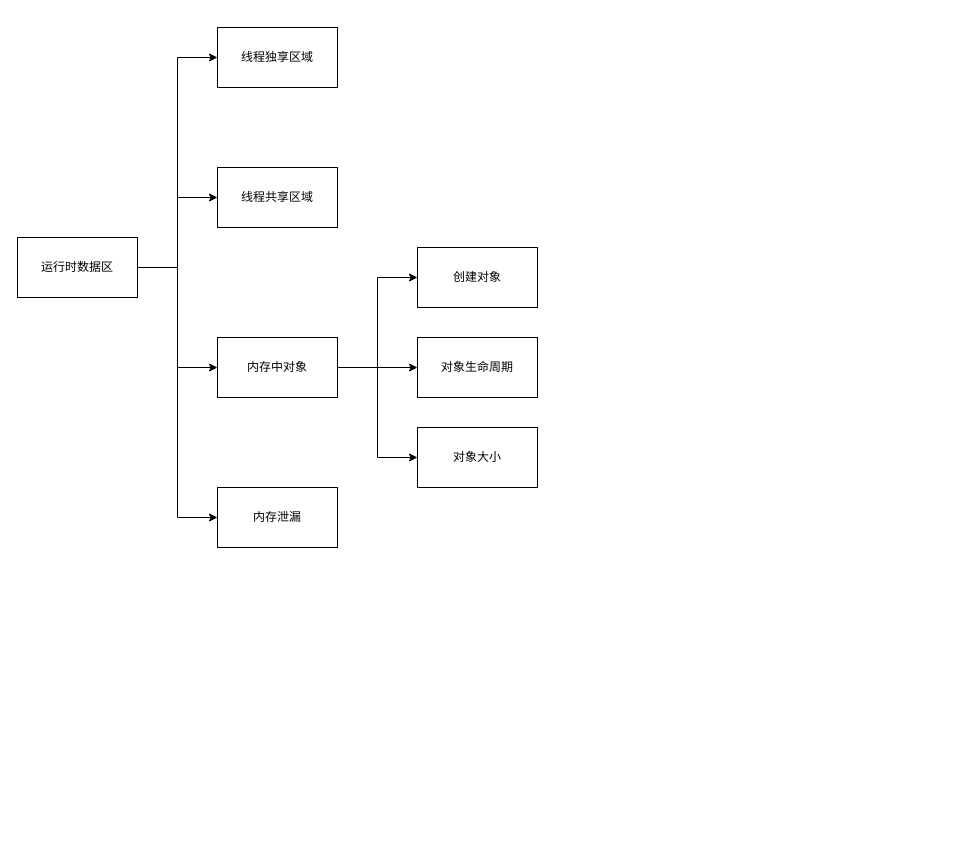
The draw.io diagram images/draw/113.DataArea.drawio in wt1814/wt1814.github.io, before the edit. Source tidied: cells renumbered, new cells numbered last; positions are measured from the earlier drawing's top-left corner, leaving out a move shared by most shapes. Both pictures are drawn from the tidied source at 100%, with x=0, y=0 at pixel (17, 27).
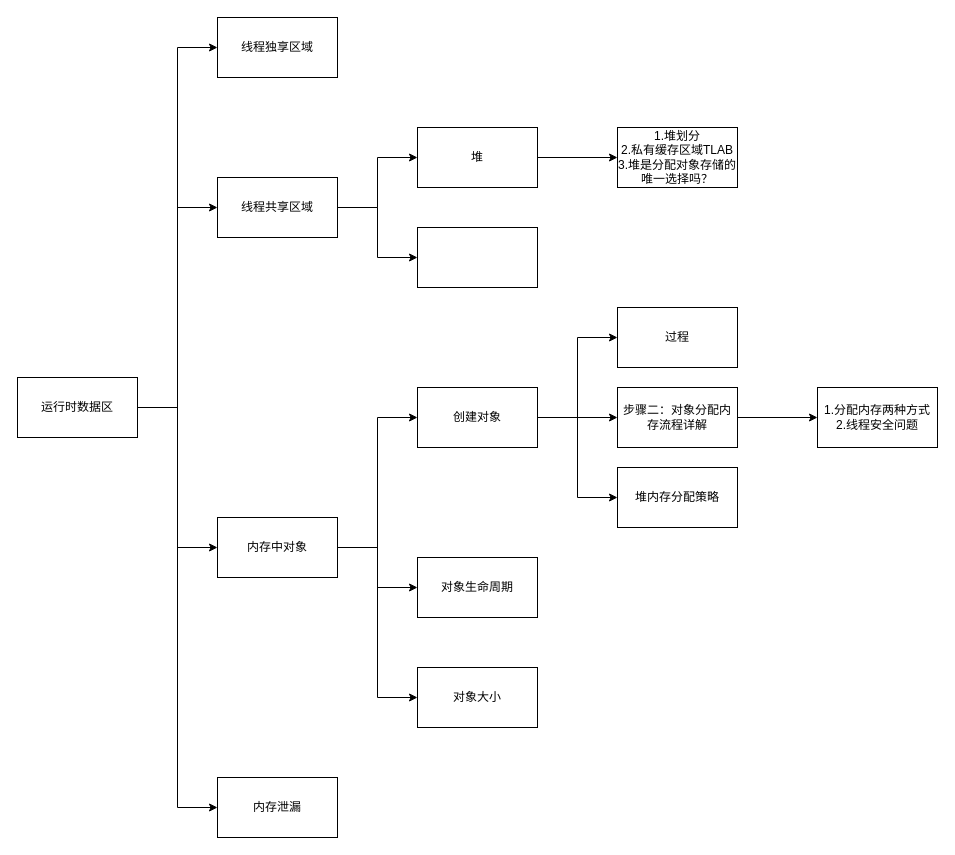
Above is the later version.

What changed in the source:
```diff
@@
     <mxCell id="6" value="运行时数据区" style="rounded=0;whiteSpace=wrap;html=1;" parent="1" vertex="1">
-      <mxGeometry y="210" width="120" height="60" as="geometry" />
+      <mxGeometry y="350" width="120" height="60" as="geometry" />
     </mxCell>
+    <mxCell id="17" style="edgeStyle=orthogonalEdgeStyle;rounded=0;jettySize=auto;html=1;" parent="1" edge="1" source="7" target="23">
+      <mxGeometry relative="1" as="geometry" />
+    </mxCell>
+    <mxCell id="18" style="edgeStyle=orthogonalEdgeStyle;rounded=0;jettySize=auto;html=1;entryX=0;entryY=0.5;entryDx=0;entryDy=0;" parent="1" edge="1" source="7" target="24">
+      <mxGeometry relative="1" as="geometry" />
+    </mxCell>
     <mxCell id="7" value="线程共享区域" style="rounded=0;whiteSpace=wrap;html=1;" parent="1" vertex="1">
-      <mxGeometry x="200" y="140" width="120" height="60" as="geometry" />
+      <mxGeometry x="200" y="150" width="120" height="60" as="geometry" />
     </mxCell>
     <mxCell id="8" value="线程独享区域" style="rounded=0;whiteSpace=wrap;html=1;" parent="1" vertex="1">
-      <mxGeometry x="200" width="120" height="60" as="geometry" />
+      <mxGeometry x="200" y="-10" width="120" height="60" as="geometry" />
     </mxCell>
-    <mxCell id="9" style="edgeStyle=orthogonalEdgeStyle;rounded=0;jettySize=auto;html=1;" parent="1" edge="1" source="12" target="14">
+    <mxCell id="9" style="edgeStyle=orthogonalEdgeStyle;rounded=0;jettySize=auto;html=1;entryX=0;entryY=0.5;entryDx=0;entryDy=0;" parent="1" edge="1" source="12" target="14">
       <mxGeometry relative="1" as="geometry" />
     </mxCell>
@@
     <mxCell id="12" value="内存中对象" style="rounded=0;whiteSpace=wrap;html=1;" parent="1" vertex="1">
-      <mxGeometry x="200" y="310" width="120" height="60" as="geometry" />
+      <mxGeometry x="200" y="490" width="120" height="60" as="geometry" />
     </mxCell>
     <mxCell id="13" value="内存泄漏" style="rounded=0;whiteSpace=wrap;html=1;" parent="1" vertex="1">
-      <mxGeometry x="200" y="460" width="120" height="60" as="geometry" />
+      <mxGeometry x="200" y="750" width="120" height="60" as="geometry" />
     </mxCell>
     <mxCell id="14" value="对象生命周期" style="rounded=0;whiteSpace=wrap;html=1;" parent="1" vertex="1">
-      <mxGeometry x="400" y="310" width="120" height="60" as="geometry" />
+      <mxGeometry x="400" y="530" width="120" height="60" as="geometry" />
     </mxCell>
+    <mxCell id="19" style="edgeStyle=orthogonalEdgeStyle;rounded=0;jettySize=auto;html=1;entryX=0;entryY=0.5;entryDx=0;entryDy=0;" parent="1" edge="1" source="15" target="26">
+      <mxGeometry relative="1" as="geometry" />
+    </mxCell>
+    <mxCell id="20" style="edgeStyle=orthogonalEdgeStyle;rounded=0;jettySize=auto;html=1;" parent="1" edge="1" source="15" target="28">
+      <mxGeometry relative="1" as="geometry" />
+    </mxCell>
+    <mxCell id="21" style="edgeStyle=orthogonalEdgeStyle;rounded=0;jettySize=auto;html=1;entryX=0;entryY=0.5;entryDx=0;entryDy=0;" parent="1" edge="1" source="15" target="29">
+      <mxGeometry relative="1" as="geometry" />
+    </mxCell>
     <mxCell id="15" value="创建对象" style="rounded=0;whiteSpace=wrap;html=1;" parent="1" vertex="1">
-      <mxGeometry x="400" y="220" width="120" height="60" as="geometry" />
+      <mxGeometry x="400" y="360" width="120" height="60" as="geometry" />
     </mxCell>
     <mxCell id="16" value="对象大小" style="rounded=0;whiteSpace=wrap;html=1;" parent="1" vertex="1">
-      <mxGeometry x="400" y="400" width="120" height="60" as="geometry" />
+      <mxGeometry x="400" y="640" width="120" height="60" as="geometry" />
     </mxCell>
+    <mxCell id="22" style="edgeStyle=orthogonalEdgeStyle;rounded=0;jettySize=auto;html=1;" parent="1" edge="1" source="23" target="25">
+      <mxGeometry relative="1" as="geometry" />
+    </mxCell>
+    <mxCell id="23" value="堆" style="rounded=0;whiteSpace=wrap;html=1;" parent="1" vertex="1">
+      <mxGeometry x="400" y="100" width="120" height="60" as="geometry" />
+    </mxCell>
+    <mxCell id="24" style="rounded=0;whiteSpace=wrap;html=1;" parent="1" vertex="1">
+      <mxGeometry x="400" y="200" width="120" height="60" as="geometry" />
+    </mxCell>
+    <mxCell id="25" value="&lt;div&gt;1.堆划分&lt;/div&gt;&lt;div&gt;2.私有缓存区域TLAB&lt;/div&gt;&lt;div&gt;3.堆是分配对象存储的唯一选择吗？&lt;/div&gt;" style="rounded=0;whiteSpace=wrap;html=1;" parent="1" vertex="1">
+      <mxGeometry x="600" y="100" width="120" height="60" as="geometry" />
+    </mxCell>
+    <mxCell id="26" value="过程" style="rounded=0;whiteSpace=wrap;html=1;" parent="1" vertex="1">
+      <mxGeometry x="600" y="280" width="120" height="60" as="geometry" />
+    </mxCell>
+    <mxCell id="27" style="edgeStyle=orthogonalEdgeStyle;rounded=0;jettySize=auto;html=1;" parent="1" edge="1" source="28" target="30">
+      <mxGeometry relative="1" as="geometry" />
+    </mxCell>
+    <mxCell id="28" value="步骤二：对象分配内存流程详解" style="rounded=0;whiteSpace=wrap;html=1;" parent="1" vertex="1">
+      <mxGeometry x="600" y="360" width="120" height="60" as="geometry" />
+    </mxCell>
+    <mxCell id="29" value="堆内存分配策略" style="rounded=0;whiteSpace=wrap;html=1;" parent="1" vertex="1">
+      <mxGeometry x="600" y="440" width="120" height="60" as="geometry" />
+    </mxCell>
+    <mxCell id="30" value="&lt;div&gt;1.分配内存两种方式&lt;/div&gt;&lt;div&gt;2.线程安全问题&lt;/div&gt;" style="rounded=0;whiteSpace=wrap;html=1;" parent="1" vertex="1">
+      <mxGeometry x="800" y="360" width="120" height="60" as="geometry" />
+    </mxCell>
```
